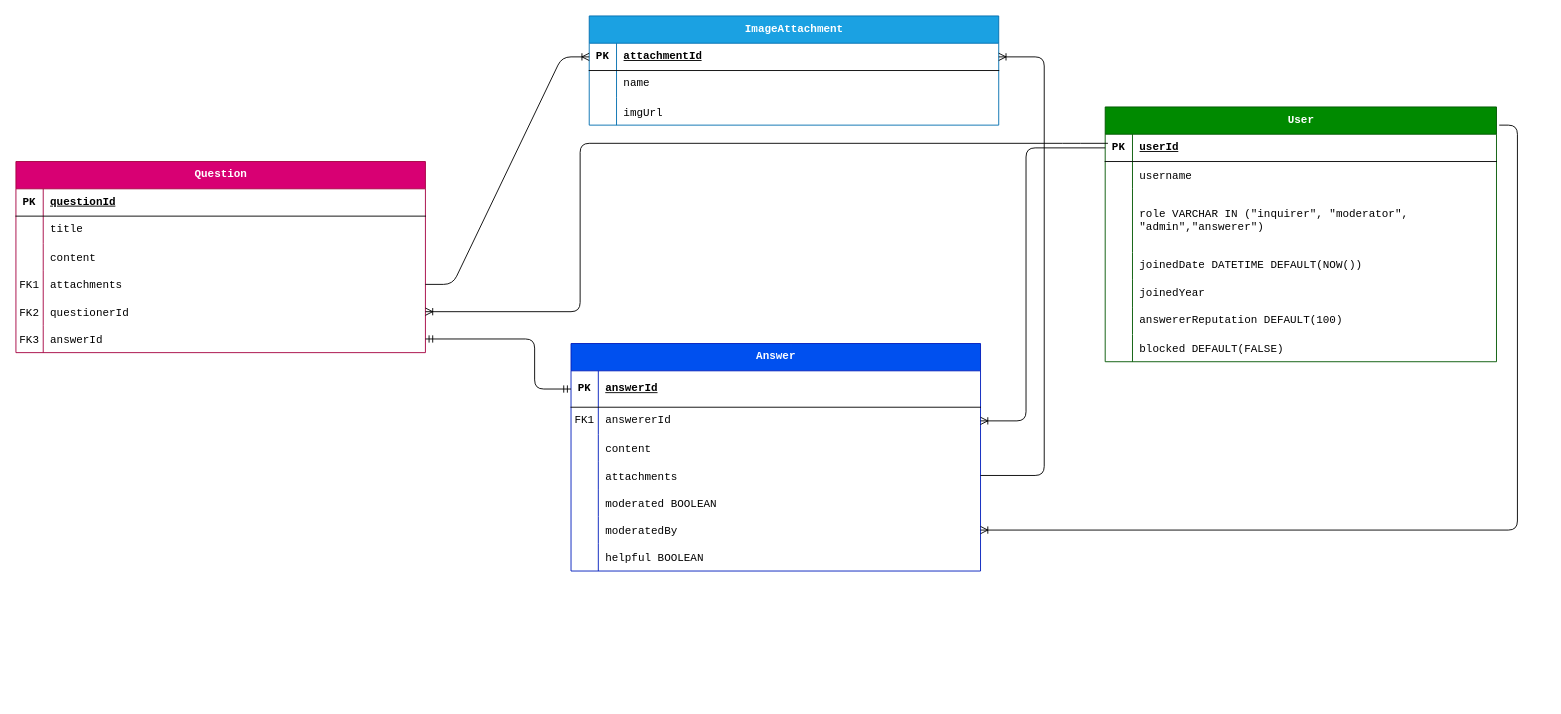
Above: design/DB Design.drawio in timthedev07/KCAMathsHub (draw.io), before the change. Source tidied: cells renumbered, new cells numbered last; positions are measured from the earlier drawing's top-left corner, leaving out a move shared by most shapes. Both pictures are drawn from the tidied source at 91%, with x=0, y=0 at pixel (15, 15).
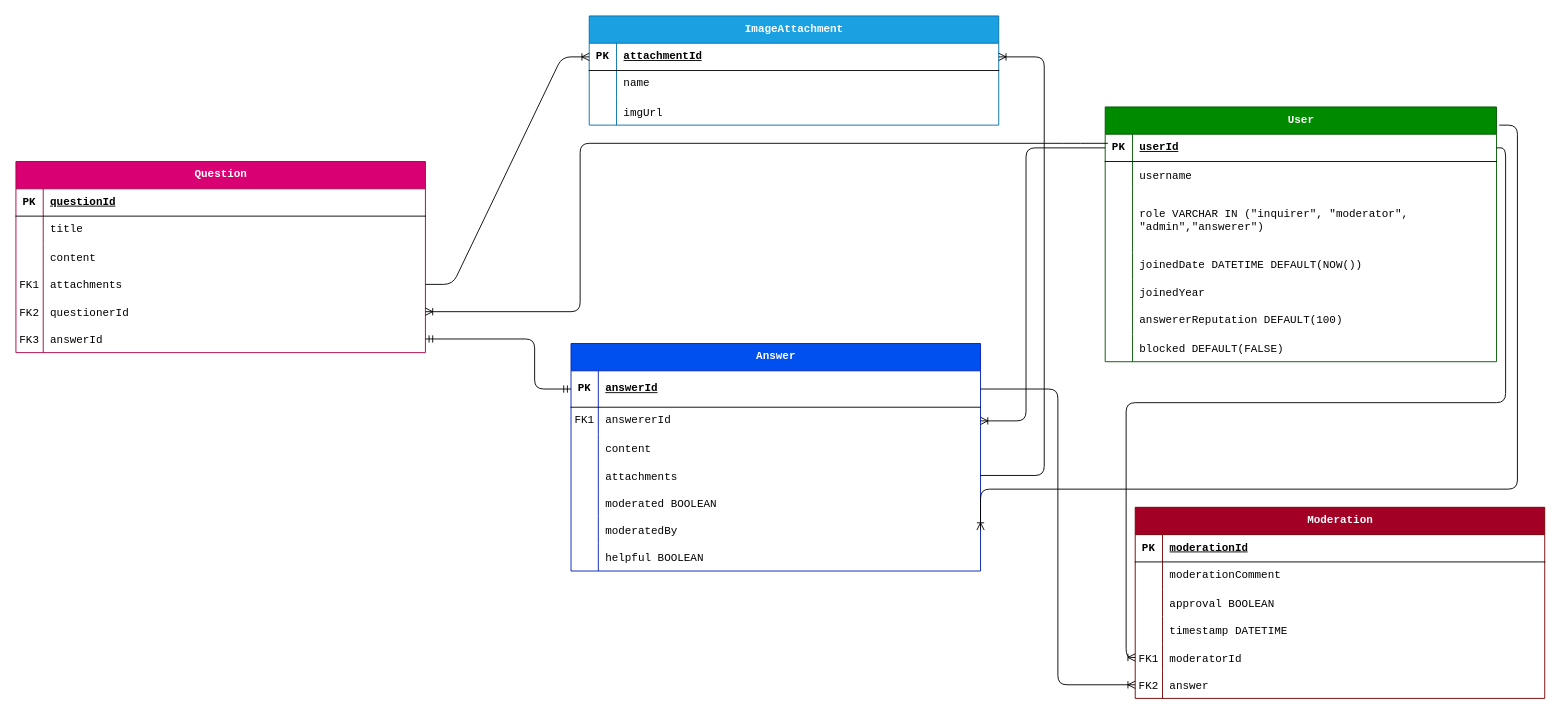
The same page after the edit.

The change refers to these unchanged cells:
```xml
<mxCell id="2" value="User" style="shape=table;startSize=30;childLayout=tableLayout;rowLines=0;fontStyle=1;align=center;html=1;fillColor=#008a00;fontColor=#ffffff;strokeColor=#005700;fontFamily=Courier New;" parent="1" vertex="1">
  <mxGeometry x="1197" y="100" width="430" height="280" as="geometry" />
</mxCell>
<mxCell id="3" style="shape=tableRow;horizontal=0;startSize=0;swimlaneHead=0;swimlaneBody=0;fillColor=none;points=[[0,0.5],[1,0.5]];portConstraint=eastwest;top=0;left=0;right=0;bottom=1;fontFamily=Courier New;" parent="2" vertex="1">
  <mxGeometry y="30" width="430" height="30" as="geometry" />
</mxCell>
<mxCell id="44" style="shape=tableRow;horizontal=0;startSize=0;swimlaneHead=0;swimlaneBody=0;fillColor=none;points=[[0,0.5],[1,0.5]];portConstraint=eastwest;top=0;left=0;right=0;bottom=1;fontFamily=Courier New;" parent="43" vertex="1">
  <mxGeometry y="30" width="450" height="40" as="geometry" />
</mxCell>
<mxCell id="59" style="shape=tableRow;horizontal=0;startSize=0;swimlaneHead=0;swimlaneBody=0;fillColor=none;points=[[0,0.5],[1,0.5]];portConstraint=eastwest;top=0;left=0;right=0;bottom=0;fontFamily=Courier New;" parent="43" vertex="1">
  <mxGeometry y="190" width="450" height="30" as="geometry" />
</mxCell>
```

The edit, as a diff of the source:
```diff
@@
-    <mxCell id="21" style="shape=tableRow;horizontal=0;startSize=0;swimlaneHead=0;swimlaneBody=0;fillColor=none;top=0;left=0;right=0;bottom=0;" parent="2" vertex="1">
+    <mxCell id="21" style="shape=tableRow;horizontal=0;startSize=0;swimlaneHead=0;swimlaneBody=0;fillColor=none;top=0;left=0;right=0;bottom=0;fontFamily=Courier New;" parent="2" vertex="1">
       <mxGeometry y="250" width="430" height="30" as="geometry" />
     </mxCell>
-    <mxCell id="22" style="shape=partialRectangle;fillColor=none;top=0;left=0;bottom=0;right=0;overflow=hidden;" parent="21" vertex="1">
+    <mxCell id="22" style="shape=partialRectangle;fillColor=none;top=0;left=0;bottom=0;right=0;overflow=hidden;fontFamily=Courier New;" parent="21" vertex="1">
       <mxGeometry width="30" height="30" as="geometry" />
     </mxCell>
@@
-    <mxCell id="80" style="edgeStyle=orthogonalEdgeStyle;fontSize=12;html=1;endArrow=ERoneToMany;rounded=1;entryX=1;entryY=0.5;entryDx=0;entryDy=0;exitX=1.007;exitY=-0.333;exitDx=0;exitDy=0;exitPerimeter=0;" parent="1" edge="1" source="3" target="59">
+    <mxCell id="80" style="edgeStyle=orthogonalEdgeStyle;fontSize=12;html=1;endArrow=ERoneToMany;rounded=1;entryX=1;entryY=0.5;entryDx=0;entryDy=0;exitX=1.007;exitY=-0.333;exitDx=0;exitDy=0;exitPerimeter=0;fontFamily=Courier New;" parent="1" edge="1" source="3" target="59">
       <mxGeometry relative="1" as="geometry">
         <Array as="points">
           <mxPoint x="1650" y="120" />
-          <mxPoint x="1650" y="565" />
+          <mxPoint x="1650" y="520" />
+          <mxPoint x="1060" y="520" />
         </Array>
       </mxGeometry>
     </mxCell>
+    <mxCell id="81" value="Moderation" style="shape=table;startSize=30;childLayout=tableLayout;rowLines=0;fontStyle=1;align=center;html=1;fillColor=#a20025;fontColor=#ffffff;strokeColor=#6F0000;fontFamily=Courier New;" parent="1" vertex="1">
+      <mxGeometry x="1230" y="540" width="450" height="210" as="geometry" />
+    </mxCell>
+    <mxCell id="82" style="shape=tableRow;horizontal=0;startSize=0;swimlaneHead=0;swimlaneBody=0;fillColor=none;top=0;left=0;right=0;bottom=1;fontFamily=Courier New;" parent="81" vertex="1">
+      <mxGeometry y="30" width="450" height="30" as="geometry" />
+    </mxCell>
+    <mxCell id="83" value="PK" style="shape=partialRectangle;fillColor=none;top=0;left=0;bottom=0;right=0;fontStyle=1;overflow=hidden;whiteSpace=wrap;html=1;fontFamily=Courier New;" parent="82" vertex="1">
+      <mxGeometry width="30" height="30" as="geometry" />
+    </mxCell>
+    <mxCell id="84" value="moderationId" style="shape=partialRectangle;fillColor=none;top=0;left=0;bottom=0;right=0;align=left;spacingLeft=6;fontStyle=5;overflow=hidden;whiteSpace=wrap;html=1;fontFamily=Courier New;" parent="82" vertex="1">
+      <mxGeometry x="30" width="420" height="30" as="geometry" />
+    </mxCell>
+    <mxCell id="85" style="shape=tableRow;horizontal=0;startSize=0;swimlaneHead=0;swimlaneBody=0;fillColor=none;top=0;left=0;right=0;bottom=0;fontFamily=Courier New;" parent="81" vertex="1">
+      <mxGeometry y="60" width="450" height="30" as="geometry" />
+    </mxCell>
+    <mxCell id="86" style="shape=partialRectangle;fillColor=none;top=0;left=0;bottom=0;right=0;overflow=hidden;whiteSpace=wrap;html=1;fontFamily=Courier New;" parent="85" vertex="1">
+      <mxGeometry width="30" height="30" as="geometry" />
+    </mxCell>
+    <mxCell id="87" value="moderationComment" style="shape=partialRectangle;fillColor=none;top=0;left=0;bottom=0;right=0;align=left;spacingLeft=6;overflow=hidden;whiteSpace=wrap;html=1;fontFamily=Courier New;" parent="85" vertex="1">
+      <mxGeometry x="30" width="420" height="30" as="geometry" />
+    </mxCell>
+    <mxCell id="88" style="shape=tableRow;horizontal=0;startSize=0;swimlaneHead=0;swimlaneBody=0;fillColor=none;top=0;left=0;right=0;bottom=0;fontFamily=Courier New;" parent="81" vertex="1">
+      <mxGeometry y="90" width="450" height="30" as="geometry" />
+    </mxCell>
+    <mxCell id="89" style="shape=partialRectangle;fillColor=none;top=0;left=0;bottom=0;right=0;overflow=hidden;fontFamily=Courier New;" parent="88" vertex="1">
+      <mxGeometry width="30" height="30" as="geometry" />
+    </mxCell>
+    <mxCell id="90" value="approval BOOLEAN" style="shape=partialRectangle;fillColor=none;top=0;left=0;bottom=0;right=0;align=left;spacingLeft=6;overflow=hidden;fontFamily=Courier New;" parent="88" vertex="1">
+      <mxGeometry x="30" width="420" height="30" as="geometry" />
+    </mxCell>
+    <mxCell id="91" style="shape=tableRow;horizontal=0;startSize=0;swimlaneHead=0;swimlaneBody=0;fillColor=none;top=0;left=0;right=0;bottom=0;fontFamily=Courier New;" parent="81" vertex="1">
+      <mxGeometry y="120" width="450" height="30" as="geometry" />
+    </mxCell>
+    <mxCell id="92" style="shape=partialRectangle;fillColor=none;top=0;left=0;bottom=0;right=0;overflow=hidden;fontFamily=Courier New;" parent="91" vertex="1">
+      <mxGeometry width="30" height="30" as="geometry" />
+    </mxCell>
+    <mxCell id="93" value="timestamp DATETIME" style="shape=partialRectangle;fillColor=none;top=0;left=0;bottom=0;right=0;align=left;spacingLeft=6;overflow=hidden;fontFamily=Courier New;" parent="91" vertex="1">
+      <mxGeometry x="30" width="420" height="30" as="geometry" />
+    </mxCell>
+    <mxCell id="94" style="shape=tableRow;horizontal=0;startSize=0;swimlaneHead=0;swimlaneBody=0;fillColor=none;points=[[0,0.5],[1,0.5]];portConstraint=eastwest;top=0;left=0;right=0;bottom=0;fontFamily=Courier New;" parent="81" vertex="1">
+      <mxGeometry y="150" width="450" height="30" as="geometry" />
+    </mxCell>
+    <mxCell id="95" value="FK1" style="shape=partialRectangle;fillColor=none;top=0;left=0;bottom=0;right=0;overflow=hidden;fontFamily=Courier New;" parent="94" vertex="1">
+      <mxGeometry width="30" height="30" as="geometry" />
+    </mxCell>
+    <mxCell id="96" value="moderatorId" style="shape=partialRectangle;fillColor=none;top=0;left=0;bottom=0;right=0;align=left;spacingLeft=6;overflow=hidden;fontFamily=Courier New;" parent="94" vertex="1">
+      <mxGeometry x="30" width="420" height="30" as="geometry" />
+    </mxCell>
+    <mxCell id="97" style="shape=tableRow;horizontal=0;startSize=0;swimlaneHead=0;swimlaneBody=0;fillColor=none;points=[[0,0.5],[1,0.5]];portConstraint=eastwest;top=0;left=0;right=0;bottom=0;fontFamily=Courier New;" parent="81" vertex="1">
+      <mxGeometry y="180" width="450" height="30" as="geometry" />
+    </mxCell>
+    <mxCell id="98" value="FK2" style="shape=partialRectangle;fillColor=none;top=0;left=0;bottom=0;right=0;overflow=hidden;fontFamily=Courier New;" parent="97" vertex="1">
+      <mxGeometry width="30" height="30" as="geometry" />
+    </mxCell>
+    <mxCell id="99" value="answer" style="shape=partialRectangle;fillColor=none;top=0;left=0;bottom=0;right=0;align=left;spacingLeft=6;overflow=hidden;fontFamily=Courier New;" parent="97" vertex="1">
+      <mxGeometry x="30" width="420" height="30" as="geometry" />
+    </mxCell>
+    <mxCell id="100" style="edgeStyle=orthogonalEdgeStyle;fontSize=12;html=1;endArrow=ERoneToMany;rounded=1;exitX=1;exitY=0.5;exitDx=0;exitDy=0;entryX=0;entryY=0.5;entryDx=0;entryDy=0;" parent="1" edge="1" source="3" target="94">
+      <mxGeometry relative="1" as="geometry" />
+    </mxCell>
+    <mxCell id="101" style="edgeStyle=orthogonalEdgeStyle;fontSize=12;html=1;endArrow=ERoneToMany;rounded=1;exitX=1;exitY=0.5;exitDx=0;exitDy=0;entryX=0;entryY=0.5;entryDx=0;entryDy=0;" parent="1" edge="1" source="44" target="97">
+      <mxGeometry relative="1" as="geometry" />
+    </mxCell>
```
